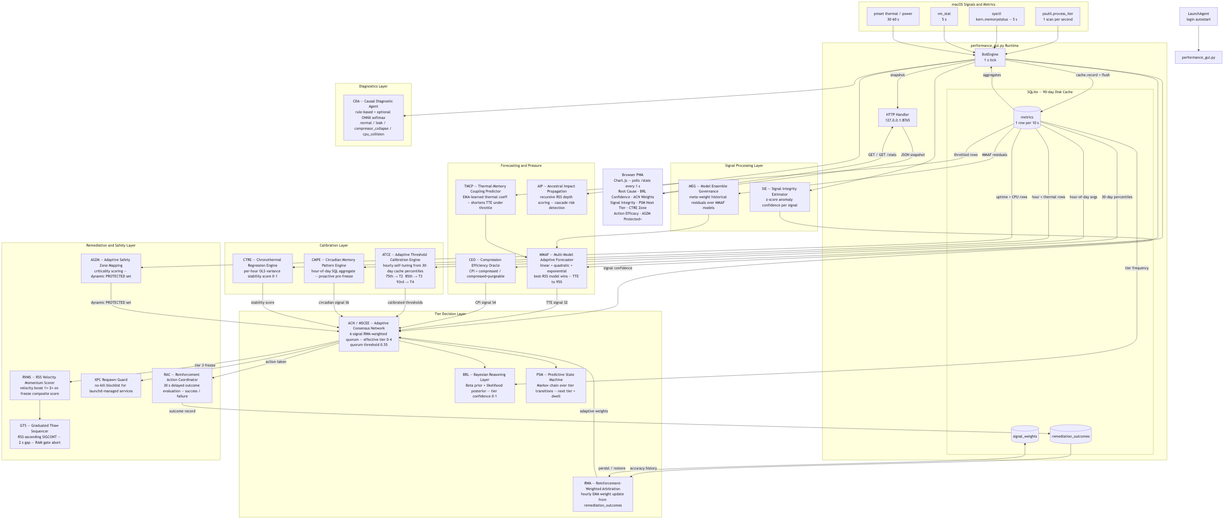
Earlier version of the Mermaid export docs/design-diagram.png (itsmeSugunakar/MAC_Perf_BOT). Its source is kept beside it as docs/design-diagram.mmd.
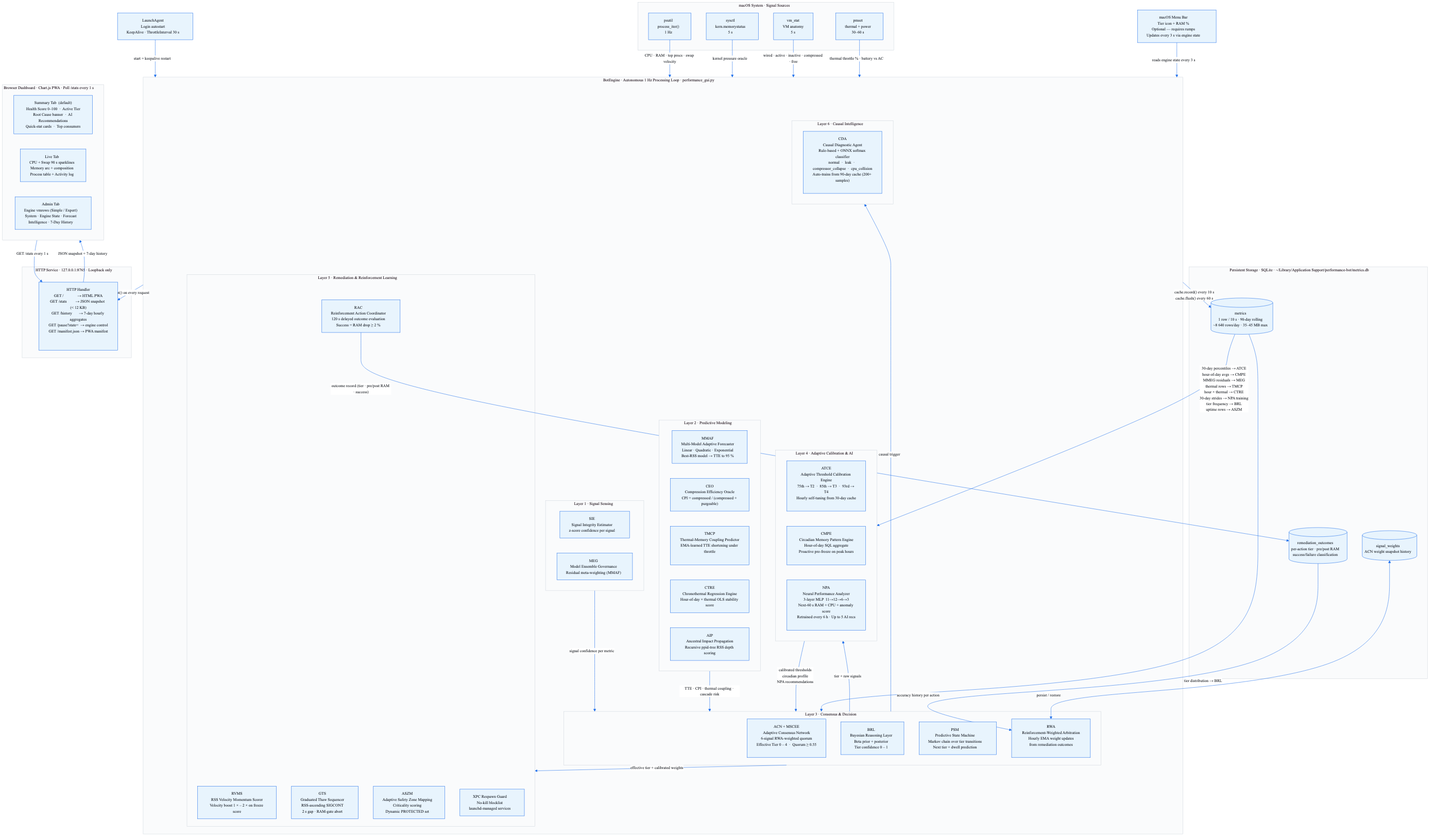
After the commit.

Commit message:
docs: rewrite README with 3-tab workflow and AWS-style Mermaid diagrams

Change to the diagram source:
```diff
@@ -1,107 +1,106 @@
-flowchart TD
-  LA[LaunchAgent\nlogin autostart] --> GUI[performance_gui.py]
+%%{init: {"theme": "base", "themeVariables": {"primaryColor": "#E8F4FD", "primaryTextColor": "#0D1117", "primaryBorderColor": "#1F6FEB", "lineColor": "#1F6FEB", "secondaryColor": "#FFF8E7", "tertiaryColor": "#F0FFF4", "clusterBkg": "#FAFBFC", "clusterBorder": "#D0D7DE", "edgeLabelBackground": "#FFFFFF", "fontFamily": "Segoe UI, Arial, sans-serif", "fontSize": "13px"}}}%%
+flowchart TB
 
-  subgraph APP[performance_gui.py Runtime]
-    BE[BotEngine\n1 s tick]
-    HTTP[HTTP Handler\n127.0.0.1:8765]
-
-    subgraph STORE[SQLite — 90-day Disk Cache]
-      DM[(metrics\n1 row per 10 s)]
-      DRO[(remediation_outcomes)]
-      DSW[(signal_weights)]
+    subgraph SRC ["macOS System  ·  Signal Sources"]
+        direction LR
+        PS["psutil\nprocess_iter()\n1 Hz"]
+        SYS["sysctl\nkern.memorystatus\n5 s"]
+        VM["vm_stat\nVM anatomy\n5 s"]
+        PM["pmset\nthermal + power\n30–60 s"]
     end
 
-    BE -->|snapshot| HTTP
-    BE -->|cache.record + flush| DM
-    DM -->|aggregates| BE
-  end
+    LA["LaunchAgent\nLogin autostart\nKeepAlive · ThrottleInterval 30 s"]
 
-  subgraph OS[macOS Signals and Metrics]
-    PS[psutil.process_iter\n1 scan per second]
-    SYS[sysctl\nkern.memorystatus — 5 s]
-    VM[vm_stat\n5 s]
-    PM[pmset thermal / power\n30–60 s]
-  end
+    subgraph ENGINE ["BotEngine  ·  Autonomous 1 Hz Processing Loop  ·  performance_gui.py"]
+        direction TB
 
-  PS --> BE
-  SYS --> BE
-  VM --> BE
-  PM --> BE
+        subgraph L1 ["Layer 1  ·  Signal Sensing"]
+            direction LR
+            SIE["SIE\nSignal Integrity Estimator\nz-score confidence per signal"]
+            MEG["MEG\nModel Ensemble Governance\nResidual meta-weighting (MMAF)"]
+        end
 
-  subgraph L1[Signal Processing Layer]
-    SIE[SIE — Signal Integrity Estimator\nz-score anomaly confidence per signal]
-    MEG[MEG — Model Ensemble Governance\nmeta-weight historical residuals over MMAF models]
-  end
+        subgraph L2 ["Layer 2  ·  Predictive Modeling"]
+            direction LR
+            MMAF["MMAF\nMulti-Model Adaptive Forecaster\nLinear · Quadratic · Exponential\nBest-RSS model → TTE to 95 %"]
+            CEO["CEO\nCompression Efficiency Oracle\nCPI = compressed / (compressed + purgeable)"]
+            TMCP["TMCP\nThermal-Memory Coupling Predictor\nEMA-learned TTE shortening under throttle"]
+            CTRE["CTRE\nChronothermal Regression Engine\nHour-of-day × thermal OLS stability score"]
+            AIP["AIP\nAncestral Impact Propagation\nRecursive ppid-tree RSS depth scoring"]
+        end
 
-  subgraph L2[Forecasting and Pressure]
-    MMAF[MMAF — Multi-Model Adaptive Forecaster\nlinear + quadratic + exponential\nbest-RSS model wins — TTE to 95%]
-    CEO[CEO — Compression Efficiency Oracle\nCPI = compressed / compressed+purgeable]
-    TMCP[TMCP — Thermal-Memory Coupling Predictor\nEMA-learned thermal coeff — shortens TTE under throttle]
-    AIP[AIP — Ancestral Impact Propagation\nrecursive RSS depth scoring — cascade risk detection]
-  end
+        subgraph L3 ["Layer 3  ·  Consensus  &  Decision"]
+            direction LR
+            ACN["ACN + MSCEE\nAdaptive Consensus Network\n6-signal RWA-weighted quorum\nEffective Tier 0 – 4  ·  Quorum ≥ 0.55"]
+            BRL["BRL\nBayesian Reasoning Layer\nBeta prior + posterior\nTier confidence 0 – 1"]
+            PSM["PSM\nPredictive State Machine\nMarkov chain over tier transitions\nNext tier + dwell prediction"]
+            RWA["RWA\nReinforcement-Weighted Arbitration\nHourly EMA weight updates\nfrom remediation outcomes"]
+        end
 
-  subgraph L3[Tier Decision Layer]
-    ACN[ACN / MSCEE — Adaptive Consensus Network\n6-signal RWA-weighted quorum — effective tier 0–4\nquorum threshold 0.55]
-    RWA[RWA — Reinforcement-Weighted Arbitration\nhourly EMA weight update from remediation_outcomes]
-    BRL[BRL — Bayesian Reasoning Layer\nBeta prior + likelihood posterior — tier confidence 0–1]
-    PSM[PSM — Predictive State Machine\nMarkov chain over tier transitions — next tier + dwell]
-  end
+        subgraph L4 ["Layer 4  ·  Adaptive Calibration  &  AI"]
+            direction LR
+            ATCE["ATCE\nAdaptive Threshold Calibration Engine\n75th → T2  ·  85th → T3  ·  93rd → T4\nHourly self-tuning from 30-day cache"]
+            CMPE["CMPE\nCircadian Memory Pattern Engine\nHour-of-day SQL aggregate\nProactive pre-freeze on peak hours"]
+            NPA["NPA\nNeural Performance Analyzer\n3-layer MLP  11→12→6→3\nNext-60 s RAM + CPU + anomaly score\nRetrained every 6 h · Up to 5 AI recs"]
+        end
 
-  subgraph L4[Calibration Layer]
-    ATCE[ATCE — Adaptive Threshold Calibration Engine\nhourly self-tuning from 30-day cache percentiles\n75th → T2  85th → T3  93rd → T4]
-    CMPE[CMPE — Circadian Memory Pattern Engine\nhour-of-day SQL aggregate — proactive pre-freeze]
-    CTRE[CTRE — Chronothermal Regression Engine\nper-hour OLS variance stability score 0–1]
-  end
+        subgraph L5 ["Layer 5  ·  Remediation  &  Reinforcement Learning"]
+            direction LR
+            RVMS["RVMS\nRSS Velocity Momentum Scorer\nVelocity boost 1 × – 2 × on freeze score"]
+            GTS["GTS\nGraduated Thaw Sequencer\nRSS-ascending SIGCONT\n2 s gap  ·  RAM-gate abort"]
+            ASZM["ASZM\nAdaptive Safety Zone Mapping\nCriticality scoring\nDynamic PROTECTED set"]
+            RAC["RAC\nReinforcement Action Coordinator\n120 s delayed outcome evaluation\nSuccess = RAM drop ≥ 2 %"]
+            XG["XPC Respawn Guard\nNo-kill blocklist\nlaunchd-managed services"]
+        end
 
-  subgraph L5[Remediation and Safety Layer]
-    RVMS[RVMS — RSS Velocity Momentum Scorer\nvelocity boost 1×–2× on freeze composite score]
-    GTS[GTS — Graduated Thaw Sequencer\nRSS-ascending SIGCONT — 2 s gap — RAM gate abort]
-    XG[XPC Respawn Guard\nno-kill blocklist for launchd-managed services]
-    ASZM[ASZM — Adaptive Safety Zone Mapping\ncriticality scoring — dynamic PROTECTED set]
-    RAC[RAC — Reinforcement Action Coordinator\n30 s delayed outcome evaluation — success / failure]
-  end
+        subgraph L6 ["Layer 6  ·  Causal Intelligence"]
+            direction LR
+            CDA["CDA\nCausal Diagnostic Agent\nRule-based + ONNX softmax classifier\nnormal  ·  leak  ·  compressor_collapse  ·  cpu_collision\nAuto-trains from 90-day cache (200+ samples)"]
+        end
 
-  subgraph L6[Diagnostics Layer]
-    CDA[CDA — Causal Diagnostic Agent\nrule-based + optional ONNX softmax\nnormal, leak, compressor_collapse, cpu_collision]
-  end
+    end
 
-  BE --> SIE
-  BE --> MMAF
-  BE --> CEO
-  BE --> AIP
-  BE --> CDA
+    subgraph STORE ["Persistent Storage  ·  SQLite  ·  ~/Library/Application Support/performance-bot/metrics.db"]
+        direction LR
+        DM[("metrics\n1 row / 10 s  ·  90-day rolling\n~8 640 rows/day  ·  35–45 MB max")]
+        DRO[("remediation_outcomes\nper-action tier · pre/post RAM\nsuccess/failure classification")]
+        DSW[("signal_weights\nACN weight snapshot history")]
+    end
 
-  MEG --> MMAF
-  TMCP --> MMAF
+    subgraph SVC ["HTTP Service  ·  127.0.0.1:8765  ·  Loopback only"]
+        HTTP["HTTP Handler\nGET /              → HTML PWA\nGET /stats         → JSON snapshot  (< 12 KB)\nGET /history       → 7-day hourly aggregates\nGET /pause?state=  → engine control\nGET /manifest.json → PWA manifest"]
+    end
 
-  SIE -->|signal confidence| ACN
-  MMAF -->|TTE signal S2| ACN
-  CEO -->|CPI signal S4| ACN
-  RWA -->|adaptive weights| ACN
-  ATCE -->|calibrated thresholds| ACN
-  CMPE -->|circadian signal S6| ACN
-  CTRE -->|stability score| ACN
-  ASZM -->|dynamic PROTECTED set| ACN
+    subgraph DASH ["Browser Dashboard  ·  Chart.js PWA  ·  Poll /stats every 1 s"]
+        direction LR
+        TAB1["Summary Tab  (default)\nHealth Score 0–100  ·  Active Tier\nRoot Cause banner  ·  AI Recommendations\nQuick-stat cards  ·  Top consumers"]
+        TAB2["Live Tab\nCPU + Swap 90 s sparklines\nMemory arc + composition\nProcess table + Activity log"]
+        TAB3["Admin Tab\nEngine vmrows (Simple / Expert)\nSystem · Engine State · Forecast\nIntelligence · 7-Day History"]
+    end
 
-  ACN -->|tier 3 freeze| RVMS
-  RVMS --> GTS
-  ACN --> XG
-  ACN --> PSM
-  ACN --> BRL
-  ACN -->|action taken| RAC
+    MB["macOS Menu Bar\nTier icon + RAM %\nOptional — requires rumps\nUpdates every 3 s via engine state"]
 
-  RAC -->|outcome record| DRO
-  DRO -->|accuracy history| RWA
-  DSW <-->|persist / restore| RWA
+    LA              -->|"start + keepalive restart"| ENGINE
+    PS              -->|"CPU · RAM · top procs · swap velocity"| ENGINE
+    SYS             -->|"kernel pressure oracle"| ENGINE
+    VM              -->|"wired · active · inactive · compressed · free"| ENGINE
+    PM              -->|"thermal throttle % · battery vs AC"| ENGINE
 
-  DM -->|30-day percentiles| ATCE
-  DM -->|hour-of-day avgs| CMPE
-  DM -->|throttled rows| TMCP
-  DM -->|hour × thermal rows| CTRE
-  DM -->|tier frequency| BRL
-  DM -->|uptime + CPU rows| ASZM
-  DM -->|MMAF residuals| MEG
+    L1              -->|"signal confidence per metric"| L3
+    L2              -->|"TTE · CPI · thermal coupling · cascade risk"| L3
+    L3              -->|"effective tier + calibrated weights"| L5
+    L3              -->|"tier + raw signals"| L4
+    L3              -->|"causal trigger"| L6
+    L4              -->|"calibrated thresholds\ncircadian profile\nNPA recommendations"| L3
 
-  BR[Browser PWA v2.1\nChart.js — polls /stats every 1 s\nPerformance Score 0-100 · Tier labels user language\nRoot Cause Banner · RAM Recommendation\nSimple/Expert toggle · Activity Log filter\n7-Day History tab via /history] -->|GET / GET /stats GET /history| HTTP
-  HTTP -->|JSON snapshot + history| BR
-  MB[macOS Menu Bar\nrumps optional\ntier icon + RAM percent\nupdates every 3 s] --> BE
+    ENGINE          -->|"cache.record() every 10 s\ncache.flush() every 60 s"| DM
+    DM              -->|"30-day percentiles → ATCE\nhour-of-day avgs → CMPE\nMMEG residuals → MEG\nthermal rows → TMCP\nhour × thermal → CTRE\n30-day strides → NPA training\ntier frequency → BRL\nuptime rows → ASZM"| L4
+    DM              -->|"tier distribution → BRL"| L3
+    RAC             -->|"outcome record (tier · pre/post RAM · success)"| DRO
+    DRO             -->|"accuracy history per action"| RWA
+    DSW             <-->|"persist / restore"| RWA
+
+    ENGINE          -->|"snapshot() on every request"| HTTP
+    HTTP            -->|"JSON snapshot + 7-day history"| DASH
+    DASH            -->|"GET /stats every 1 s"| HTTP
+    MB              -->|"reads engine state every 3 s"| ENGINE
```
